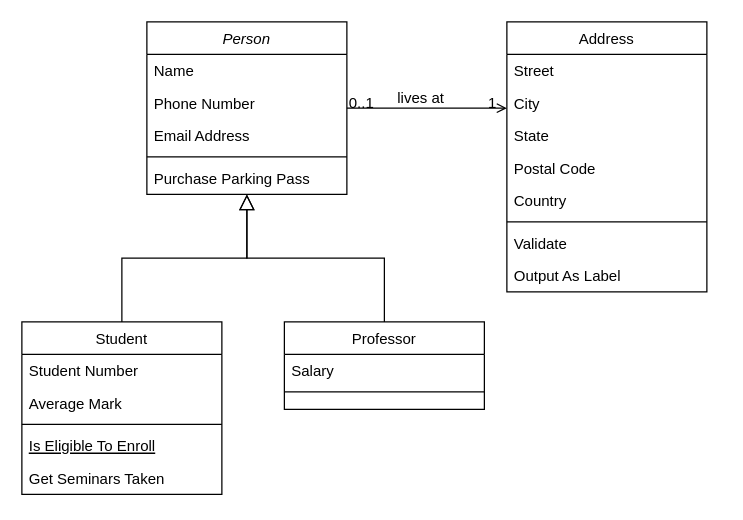
The draw.io diagram factory.drawio in AnatoliyPilipey/production-plant, before the edit. Source tidied: cells renumbered, new cells numbered last; positions are measured from the earlier drawing's top-left corner, leaving out a move shared by most shapes. Both pictures are drawn from the tidied source at 125%, with x=0, y=0 at pixel (21, 21).
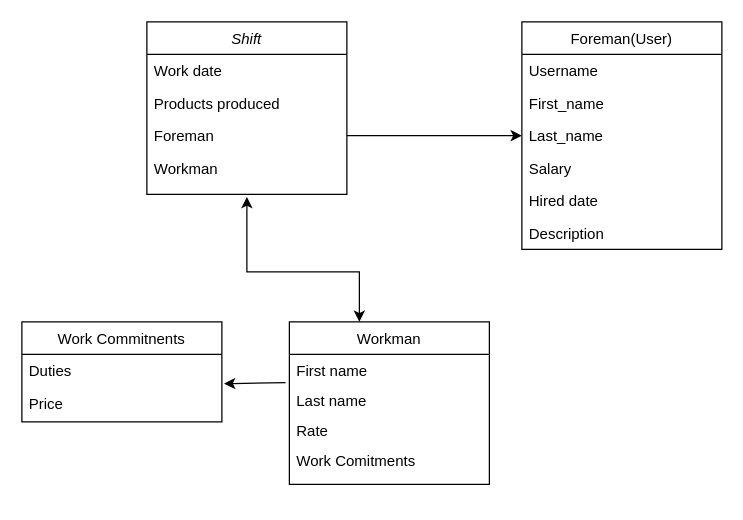
The same diagram, later.

Change to the diagram source:
```diff
@@
-    <mxCell id="2" value="Person" style="swimlane;fontStyle=2;align=center;verticalAlign=top;horizontal=1;startSize=26;rounded=0;shadow=0;strokeWidth=1;" parent="1" vertex="1">
+    <mxCell id="2" value="Shift" style="swimlane;fontStyle=2;align=center;verticalAlign=top;horizontal=1;startSize=26;rounded=0;shadow=0;strokeWidth=1;" parent="1" vertex="1">
       <mxGeometry x="100" width="160" height="138" as="geometry" />
     </mxCell>
-    <mxCell id="3" value="Name" style="text;align=left;verticalAlign=top;spacingLeft=4;spacingRight=4;overflow=hidden;" parent="2" vertex="1">
+    <mxCell id="3" value="Work date" style="text;align=left;verticalAlign=top;spacingLeft=4;spacingRight=4;overflow=hidden;" parent="2" vertex="1">
       <mxGeometry y="26" width="160" height="26" as="geometry" />
     </mxCell>
-    <mxCell id="4" value="Phone Number" style="text;align=left;verticalAlign=top;spacingLeft=4;spacingRight=4;overflow=hidden;rounded=0;shadow=0;html=0;" parent="2" vertex="1">
+    <mxCell id="4" value="Products produced" style="text;align=left;verticalAlign=top;spacingLeft=4;spacingRight=4;overflow=hidden;rounded=0;shadow=0;html=0;" parent="2" vertex="1">
       <mxGeometry y="52" width="160" height="26" as="geometry" />
     </mxCell>
-    <mxCell id="5" value="Email Address" style="text;align=left;verticalAlign=top;spacingLeft=4;spacingRight=4;overflow=hidden;points=[[0,0.5],[1,0.5]];portConstraint=eastwest;rounded=0;shadow=0;html=0;" parent="2" vertex="1">
+    <mxCell id="5" value="Foreman" style="text;align=left;verticalAlign=top;spacingLeft=4;spacingRight=4;overflow=hidden;points=[[0,0.5],[1,0.5]];portConstraint=eastwest;rounded=0;shadow=0;html=0;" parent="2" vertex="1">
       <mxGeometry y="78" width="160" height="26" as="geometry" />
     </mxCell>
-    <mxCell id="6" style="line;html=1;strokeWidth=1;align=left;verticalAlign=middle;spacingTop=-1;spacingLeft=3;spacingRight=3;labelPosition=right;" parent="2" vertex="1">
-      <mxGeometry y="104" width="160" height="8" as="geometry" />
-    </mxCell>
-    <mxCell id="7" value="Purchase Parking Pass" style="text;align=left;verticalAlign=top;spacingLeft=4;spacingRight=4;overflow=hidden;" parent="2" vertex="1">
-      <mxGeometry y="112" width="160" height="26" as="geometry" />
+    <mxCell id="7" value="Workman" style="text;align=left;verticalAlign=top;spacingLeft=4;spacingRight=4;overflow=hidden;" parent="2" vertex="1">
+      <mxGeometry y="104" width="160" height="26" as="geometry" />
     </mxCell>
-    <mxCell id="8" value="Student" style="swimlane;fontStyle=0;align=center;verticalAlign=top;horizontal=1;startSize=26;rounded=0;shadow=0;strokeWidth=1;" parent="1" vertex="1">
-      <mxGeometry y="240" width="160" height="138" as="geometry" />
+    <mxCell id="8" value="Work Commitnents" style="swimlane;fontStyle=0;align=center;verticalAlign=top;horizontal=1;startSize=26;rounded=0;shadow=0;strokeWidth=1;" parent="1" vertex="1">
+      <mxGeometry y="240" width="160" height="80" as="geometry" />
     </mxCell>
-    <mxCell id="9" value="Student Number" style="text;align=left;verticalAlign=top;spacingLeft=4;spacingRight=4;overflow=hidden;points=[[0,0.5],[1,0.5]];portConstraint=eastwest;" parent="8" vertex="1">
+    <mxCell id="9" value="Duties" style="text;align=left;verticalAlign=top;spacingLeft=4;spacingRight=4;overflow=hidden;points=[[0,0.5],[1,0.5]];portConstraint=eastwest;" parent="8" vertex="1">
       <mxGeometry y="26" width="160" height="26" as="geometry" />
     </mxCell>
-    <mxCell id="10" value="Average Mark" style="text;align=left;verticalAlign=top;spacingLeft=4;spacingRight=4;overflow=hidden;rounded=0;shadow=0;html=0;" parent="8" vertex="1">
+    <mxCell id="10" value="Price" style="text;align=left;verticalAlign=top;spacingLeft=4;spacingRight=4;overflow=hidden;rounded=0;shadow=0;html=0;" parent="8" vertex="1">
       <mxGeometry y="52" width="160" height="26" as="geometry" />
     </mxCell>
-    <mxCell id="11" style="line;html=1;strokeWidth=1;align=left;verticalAlign=middle;spacingTop=-1;spacingLeft=3;spacingRight=3;labelPosition=right;" parent="8" vertex="1">
-      <mxGeometry y="78" width="160" height="8" as="geometry" />
-    </mxCell>
-    <mxCell id="12" value="Is Eligible To Enroll" style="text;align=left;verticalAlign=top;spacingLeft=4;spacingRight=4;overflow=hidden;fontStyle=4;" parent="8" vertex="1">
-      <mxGeometry y="86" width="160" height="26" as="geometry" />
-    </mxCell>
-    <mxCell id="13" value="Get Seminars Taken" style="text;align=left;verticalAlign=top;spacingLeft=4;spacingRight=4;overflow=hidden;" parent="8" vertex="1">
-      <mxGeometry y="112" width="160" height="26" as="geometry" />
-    </mxCell>
-    <mxCell id="14" style="endArrow=block;endSize=10;endFill=0;shadow=0;strokeWidth=1;rounded=0;edgeStyle=elbowEdgeStyle;elbow=vertical;" parent="1" edge="1" source="8" target="2">
-      <mxGeometry relative="1" as="geometry" />
-    </mxCell>
-    <mxCell id="15" value="Professor" style="swimlane;fontStyle=0;align=center;verticalAlign=top;horizontal=1;startSize=26;rounded=0;shadow=0;strokeWidth=1;" parent="1" vertex="1">
-      <mxGeometry x="210" y="240" width="160" height="70" as="geometry" />
+    <mxCell id="15" value="Workman" style="swimlane;fontStyle=0;align=center;verticalAlign=top;horizontal=1;startSize=26;rounded=0;shadow=0;strokeWidth=1;" parent="1" vertex="1">
+      <mxGeometry x="214" y="240" width="160" height="130" as="geometry" />
     </mxCell>
-    <mxCell id="16" value="Salary" style="text;align=left;verticalAlign=top;spacingLeft=4;spacingRight=4;overflow=hidden;" parent="15" vertex="1">
-      <mxGeometry y="26" width="160" height="26" as="geometry" />
+    <mxCell id="16" value="First name" style="text;align=left;verticalAlign=top;spacingLeft=4;spacingRight=4;overflow=hidden;" parent="15" vertex="1">
+      <mxGeometry y="26" width="160" height="24" as="geometry" />
     </mxCell>
-    <mxCell id="17" style="line;html=1;strokeWidth=1;align=left;verticalAlign=middle;spacingTop=-1;spacingLeft=3;spacingRight=3;labelPosition=right;" parent="15" vertex="1">
-      <mxGeometry y="52" width="160" height="8" as="geometry" />
-    </mxCell>
-    <mxCell id="18" style="endArrow=block;endSize=10;endFill=0;shadow=0;strokeWidth=1;rounded=0;edgeStyle=elbowEdgeStyle;elbow=vertical;" parent="1" edge="1" source="15" target="2">
-      <mxGeometry relative="1" as="geometry" />
-    </mxCell>
+    <mxCell id="32" value="Last name" style="text;align=left;verticalAlign=top;spacingLeft=4;spacingRight=4;overflow=hidden;points=[[0,0.5],[1,0.5]];portConstraint=eastwest;" parent="15" vertex="1">
+      <mxGeometry y="50" width="160" height="24" as="geometry" />
+    </mxCell>
+    <mxCell id="33" value="Rate" style="text;align=left;verticalAlign=top;spacingLeft=4;spacingRight=4;overflow=hidden;" parent="15" vertex="1">
+      <mxGeometry y="74" width="160" height="24" as="geometry" />
+    </mxCell>
+    <mxCell id="34" value="Work Comitments" style="text;align=left;verticalAlign=top;spacingLeft=4;spacingRight=4;overflow=hidden;" parent="15" vertex="1">
+      <mxGeometry y="98" width="160" height="24" as="geometry" />
+    </mxCell>
-    <mxCell id="19" value="Address" style="swimlane;fontStyle=0;align=center;verticalAlign=top;horizontal=1;startSize=26;rounded=0;shadow=0;strokeWidth=1;" parent="1" vertex="1">
-      <mxGeometry x="388" width="160" height="216" as="geometry" />
+    <mxCell id="19" value="Foreman(User)" style="swimlane;fontStyle=0;align=center;verticalAlign=top;horizontal=1;startSize=26;rounded=0;shadow=0;strokeWidth=1;" parent="1" vertex="1">
+      <mxGeometry x="400" width="160" height="182" as="geometry" />
     </mxCell>
-    <mxCell id="20" value="Street" style="text;align=left;verticalAlign=top;spacingLeft=4;spacingRight=4;overflow=hidden;" parent="19" vertex="1">
+    <mxCell id="20" value="Username" style="text;align=left;verticalAlign=top;spacingLeft=4;spacingRight=4;overflow=hidden;" parent="19" vertex="1">
       <mxGeometry y="26" width="160" height="26" as="geometry" />
     </mxCell>
-    <mxCell id="21" value="City" style="text;align=left;verticalAlign=top;spacingLeft=4;spacingRight=4;overflow=hidden;rounded=0;shadow=0;html=0;" parent="19" vertex="1">
+    <mxCell id="21" value="First_name" style="text;align=left;verticalAlign=top;spacingLeft=4;spacingRight=4;overflow=hidden;rounded=0;shadow=0;html=0;" parent="19" vertex="1">
       <mxGeometry y="52" width="160" height="26" as="geometry" />
     </mxCell>
-    <mxCell id="22" value="State" style="text;align=left;verticalAlign=top;spacingLeft=4;spacingRight=4;overflow=hidden;points=[[0,0.5],[1,0.5]];portConstraint=eastwest;rounded=0;shadow=0;html=0;" parent="19" vertex="1">
+    <mxCell id="22" value="Last_name" style="text;align=left;verticalAlign=top;spacingLeft=4;spacingRight=4;overflow=hidden;points=[[0,0.5],[1,0.5]];portConstraint=eastwest;rounded=0;shadow=0;html=0;" parent="19" vertex="1">
       <mxGeometry y="78" width="160" height="26" as="geometry" />
     </mxCell>
-    <mxCell id="23" value="Postal Code" style="text;align=left;verticalAlign=top;spacingLeft=4;spacingRight=4;overflow=hidden;rounded=0;shadow=0;html=0;" parent="19" vertex="1">
+    <mxCell id="23" value="Salary" style="text;align=left;verticalAlign=top;spacingLeft=4;spacingRight=4;overflow=hidden;rounded=0;shadow=0;html=0;" parent="19" vertex="1">
       <mxGeometry y="104" width="160" height="26" as="geometry" />
     </mxCell>
-    <mxCell id="24" value="Country" style="text;align=left;verticalAlign=top;spacingLeft=4;spacingRight=4;overflow=hidden;rounded=0;shadow=0;html=0;" parent="19" vertex="1">
+    <mxCell id="24" value="Hired date" style="text;align=left;verticalAlign=top;spacingLeft=4;spacingRight=4;overflow=hidden;rounded=0;shadow=0;html=0;" parent="19" vertex="1">
       <mxGeometry y="130" width="160" height="26" as="geometry" />
     </mxCell>
-    <mxCell id="25" style="line;html=1;strokeWidth=1;align=left;verticalAlign=middle;spacingTop=-1;spacingLeft=3;spacingRight=3;labelPosition=right;" parent="19" vertex="1">
-      <mxGeometry y="156" width="160" height="8" as="geometry" />
-    </mxCell>
-    <mxCell id="26" value="Validate" style="text;align=left;verticalAlign=top;spacingLeft=4;spacingRight=4;overflow=hidden;" parent="19" vertex="1">
-      <mxGeometry y="164" width="160" height="26" as="geometry" />
-    </mxCell>
-    <mxCell id="27" value="Output As Label" style="text;align=left;verticalAlign=top;spacingLeft=4;spacingRight=4;overflow=hidden;" parent="19" vertex="1">
-      <mxGeometry y="190" width="160" height="26" as="geometry" />
-    </mxCell>
-    <mxCell id="28" style="endArrow=open;shadow=0;strokeWidth=1;rounded=0;endFill=1;edgeStyle=elbowEdgeStyle;elbow=vertical;" parent="1" edge="1" source="2" target="19">
-      <mxGeometry x="0.5" y="41" relative="1" as="geometry">
-        <mxPoint x="-40" y="32" as="offset" />
-      </mxGeometry>
-    </mxCell>
-    <mxCell id="29" value="0..1" style="align=left;verticalAlign=bottom;labelBackgroundColor=none;fontSize=12;" parent="28" vertex="1">
-      <mxGeometry x="-1" relative="1" as="geometry">
-        <mxPoint y="4" as="offset" />
-      </mxGeometry>
-    </mxCell>
-    <mxCell id="30" value="1" style="align=right;verticalAlign=bottom;labelBackgroundColor=none;fontSize=12;" parent="28" vertex="1">
-      <mxGeometry x="1" relative="1" as="geometry">
-        <mxPoint x="-7" y="4" as="offset" />
-      </mxGeometry>
-    </mxCell>
-    <mxCell id="31" value="lives at" style="text;html=1;align=center;verticalAlign=middle;labelBackgroundColor=none;rounded=0;shadow=0;strokeWidth=1;fontSize=12;" parent="28" vertex="1">
-      <mxGeometry x="0.5" y="49" relative="1" as="geometry">
-        <mxPoint x="-38" y="40" as="offset" />
-      </mxGeometry>
-    </mxCell>
+    <mxCell id="35" value="Description" style="text;align=left;verticalAlign=top;spacingLeft=4;spacingRight=4;overflow=hidden;rounded=0;shadow=0;html=0;" parent="19" vertex="1">
+      <mxGeometry y="156" width="160" height="26" as="geometry" />
+    </mxCell>
+    <mxCell id="36" style="endArrow=classic;startArrow=classic;html=1;rounded=0;" parent="1" edge="1">
+      <mxGeometry relative="1" as="geometry">
+        <mxPoint x="270" y="240" as="sourcePoint" />
+        <mxPoint x="180" y="140" as="targetPoint" />
+        <Array as="points">
+          <mxPoint x="270" y="200" />
+          <mxPoint x="180" y="200" />
+        </Array>
+      </mxGeometry>
+    </mxCell>
+    <mxCell id="37" style="endArrow=classic;html=1;rounded=0;exitX=1;exitY=0.5;exitDx=0;exitDy=0;entryX=0;entryY=0.5;entryDx=0;entryDy=0;" parent="1" edge="1" source="5" target="22">
+      <mxGeometry relative="1" as="geometry" />
+    </mxCell>
+    <mxCell id="38" style="endArrow=classic;html=1;rounded=0;exitX=-0.019;exitY=-0.055;exitDx=0;exitDy=0;exitPerimeter=0;entryX=1.011;entryY=0.902;entryDx=0;entryDy=0;entryPerimeter=0;" parent="1" edge="1" source="32" target="9">
+      <mxGeometry relative="1" as="geometry" />
+    </mxCell>
```
